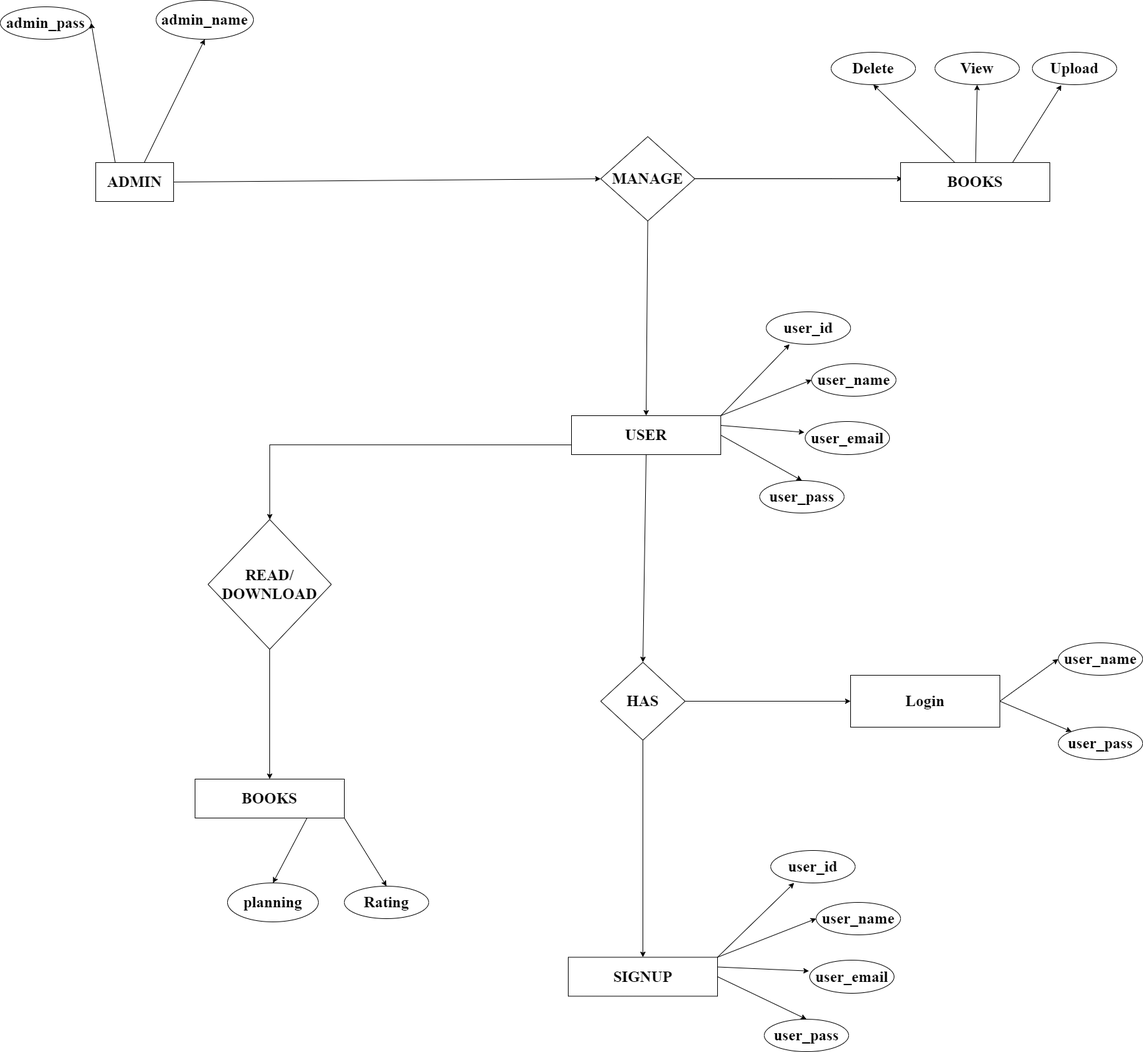
Above: Diagrams/ER-Diagram.png in prathamjc/TY-project (draw.io), before the change. Source tidied: cells renumbered, new cells last; positions are measured from the earlier drawing's top-left corner, leaving out a move shared by most shapes.
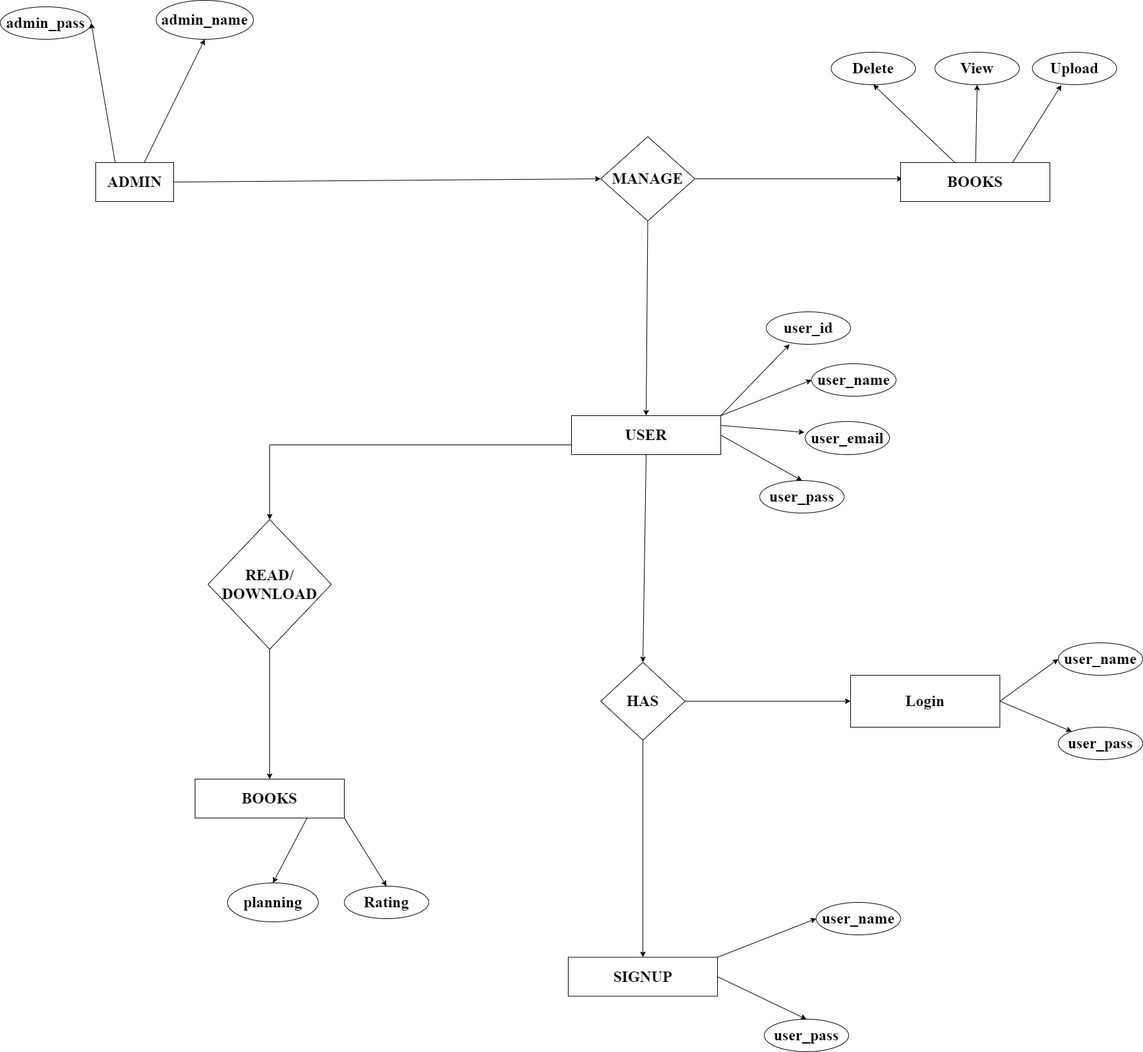
Later version of the same file.

Diff of the diagram source:
```diff
@@ -135,27 +135,15 @@
     <mxCell id="44" value="SIGNUP" style="rounded=0;whiteSpace=wrap;html=1;fontFamily=Times New Roman;fontSize=24;labelBackgroundColor=none;fontStyle=1;" parent="1" vertex="1">
       <mxGeometry x="875" y="1474.5" width="230" height="60" as="geometry" />
     </mxCell>
-    <mxCell id="45" value="user_id" style="ellipse;whiteSpace=wrap;html=1;rounded=0;fontFamily=Times New Roman;fontSize=24;labelBackgroundColor=none;fontStyle=1;" parent="1" vertex="1">
-      <mxGeometry x="1187" y="1310" width="130" height="50" as="geometry" />
-    </mxCell>
     <mxCell id="46" value="user_name" style="ellipse;whiteSpace=wrap;html=1;rounded=0;fontFamily=Times New Roman;fontSize=24;labelBackgroundColor=none;fontStyle=1;" parent="1" vertex="1">
       <mxGeometry x="1257" y="1390" width="130" height="50" as="geometry" />
     </mxCell>
-    <mxCell id="47" value="user_email" style="ellipse;whiteSpace=wrap;html=1;rounded=0;fontFamily=Times New Roman;fontSize=24;labelBackgroundColor=none;fontStyle=1;" parent="1" vertex="1">
-      <mxGeometry x="1247" y="1479" width="130" height="51" as="geometry" />
-    </mxCell>
-    <mxCell id="48" style="endArrow=classic;html=1;rounded=0;fontFamily=Times New Roman;fontSize=24;entryX=0.277;entryY=1;entryDx=0;entryDy=0;entryPerimeter=0;exitX=1;exitY=0;exitDx=0;exitDy=0;labelBackgroundColor=none;fontColor=default;fontStyle=1;" parent="1" edge="1" source="44" target="45">
-      <mxGeometry relative="1" as="geometry" />
-    </mxCell>
     <mxCell id="49" value="user_pass" style="ellipse;whiteSpace=wrap;html=1;rounded=0;fontFamily=Times New Roman;fontSize=24;labelBackgroundColor=none;fontStyle=1;" parent="1" vertex="1">
       <mxGeometry x="1177" y="1570" width="130" height="50" as="geometry" />
     </mxCell>
     <mxCell id="50" style="endArrow=classic;html=1;rounded=0;fontFamily=Times New Roman;fontSize=24;entryX=0;entryY=0.5;entryDx=0;entryDy=0;exitX=1;exitY=0;exitDx=0;exitDy=0;labelBackgroundColor=none;fontColor=default;fontStyle=1;" parent="1" edge="1" source="44" target="46">
       <mxGeometry relative="1" as="geometry" />
     </mxCell>
-    <mxCell id="51" style="endArrow=classic;html=1;rounded=0;fontFamily=Times New Roman;fontSize=24;entryX=-0.009;entryY=0.328;entryDx=0;entryDy=0;exitX=1;exitY=0.25;exitDx=0;exitDy=0;entryPerimeter=0;labelBackgroundColor=none;fontColor=default;fontStyle=1;" parent="1" edge="1" source="44" target="47">
-      <mxGeometry relative="1" as="geometry" />
-    </mxCell>
     <mxCell id="52" style="endArrow=classic;html=1;rounded=0;fontFamily=Times New Roman;fontSize=24;entryX=0.5;entryY=0;entryDx=0;entryDy=0;exitX=1;exitY=0.5;exitDx=0;exitDy=0;labelBackgroundColor=none;fontColor=default;fontStyle=1;" parent="1" edge="1" source="44" target="49">
       <mxGeometry relative="1" as="geometry" />
     </mxCell>
```
